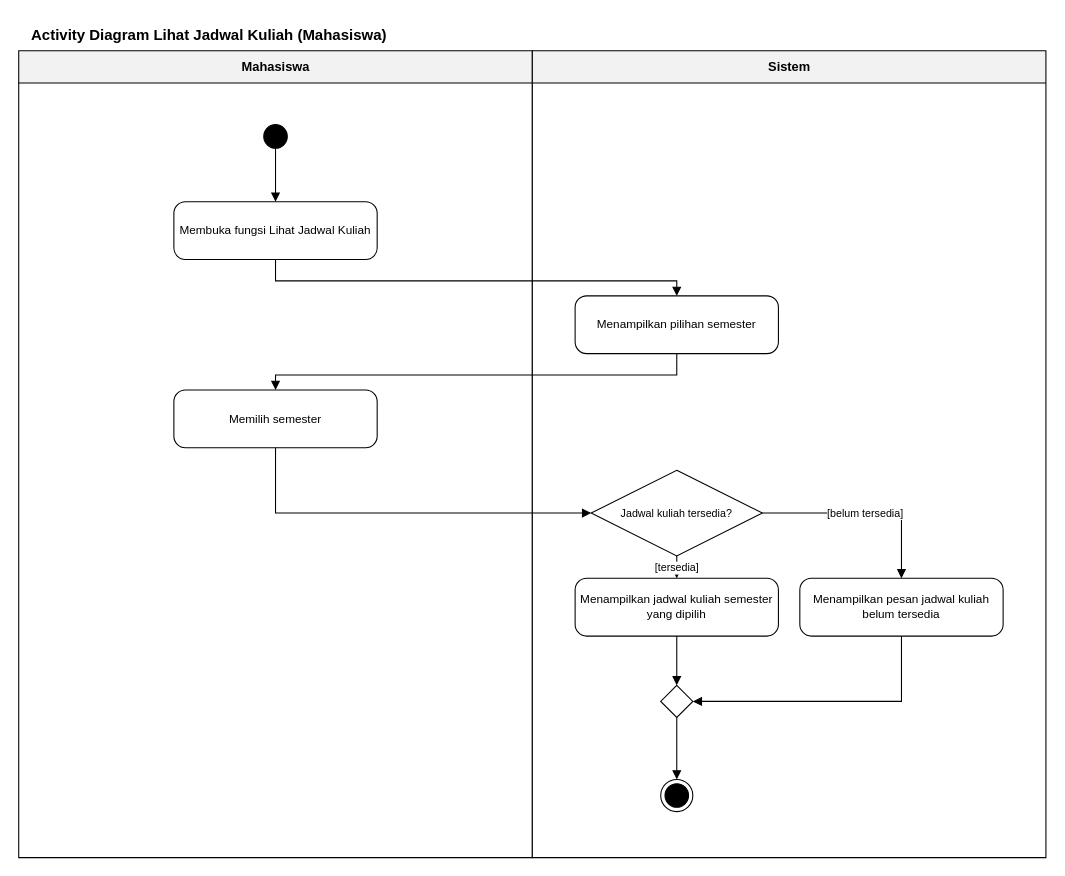
Before: 04_Model_Analisis/P06/SIA/P06_2406072_SIA_activity_lihat_jadwal_kuliah_v01.drawio in nabilmuhammadramadhan/IFRWP5149_2406072_LabAlat, a draw.io diagram. Source tidied: cells renumbered, new cells numbered last; positions are measured from the earlier drawing's top-left corner, leaving out a move shared by most shapes. Both pictures are drawn from the tidied source at 107%, with x=0, y=0 at pixel (18, 18).
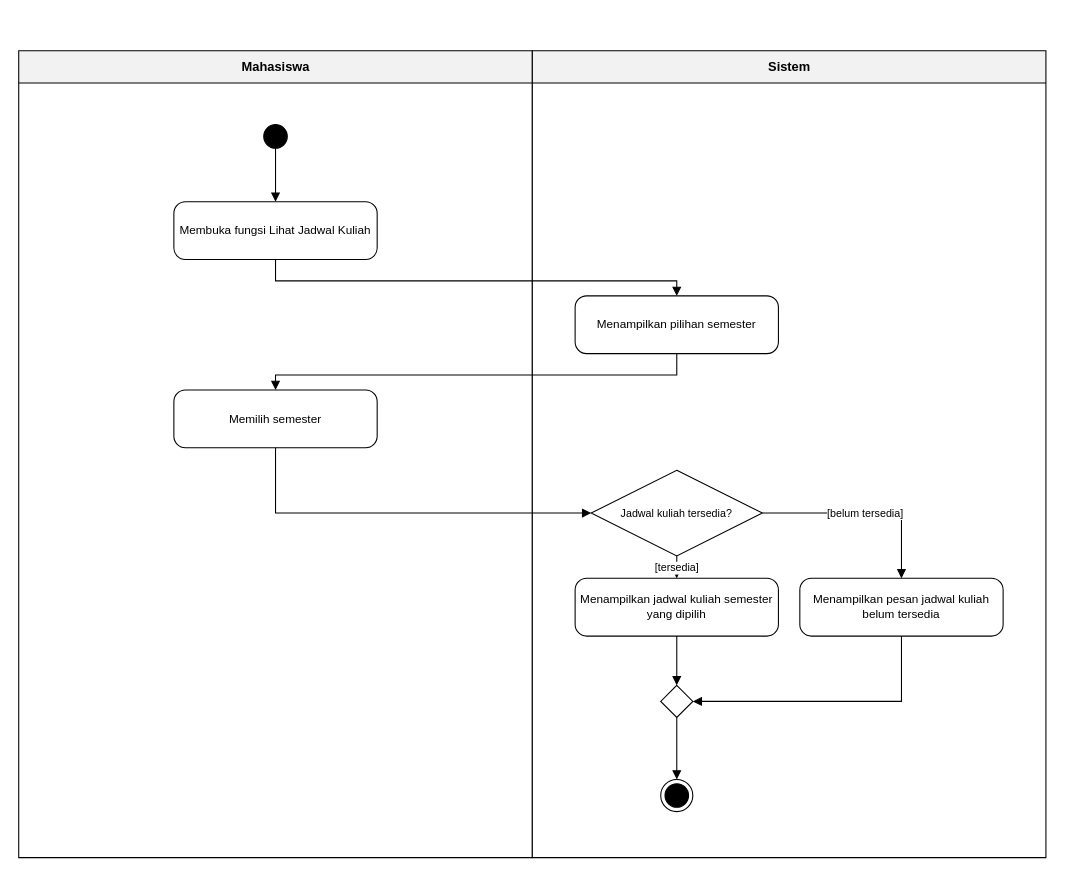
The same page after the edit.

Change to the diagram source:
```diff
@@
-    <mxCell id="2" value="Activity Diagram Lihat Jadwal Kuliah (Mahasiswa)" style="text;html=1;align=left;fontStyle=1;fontSize=14;" parent="1" vertex="1">
-      <mxGeometry x="10" width="600" height="26" as="geometry" />
-    </mxCell>
```
